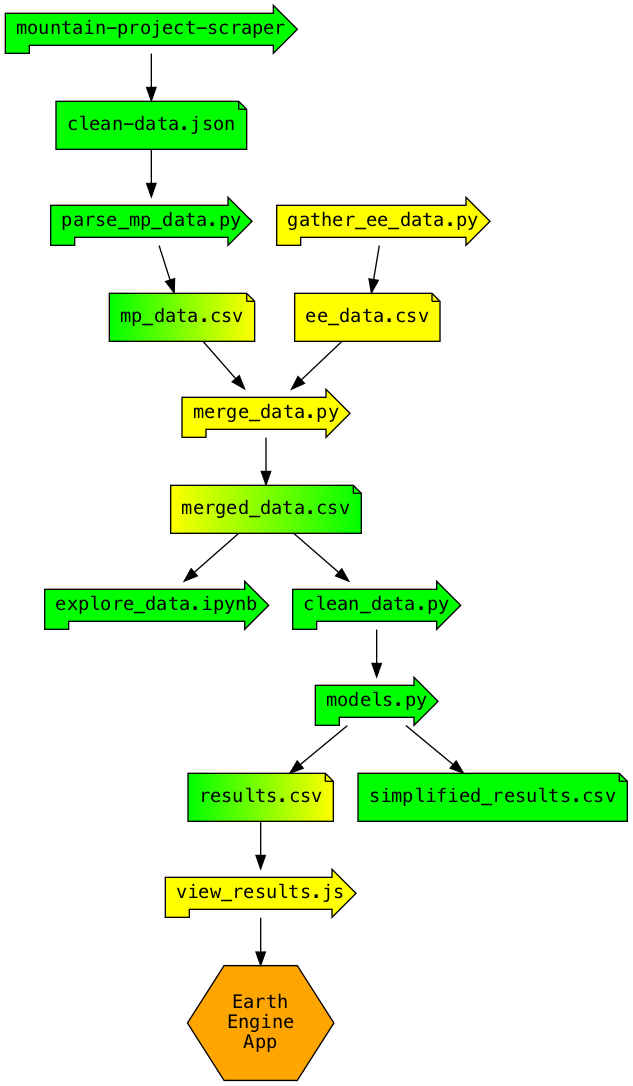
The Graphviz diagram assets/pipeline.png in zebengberg/big-wall-finder, before a commit. Its source is kept beside it as assets/pipeline.dot.
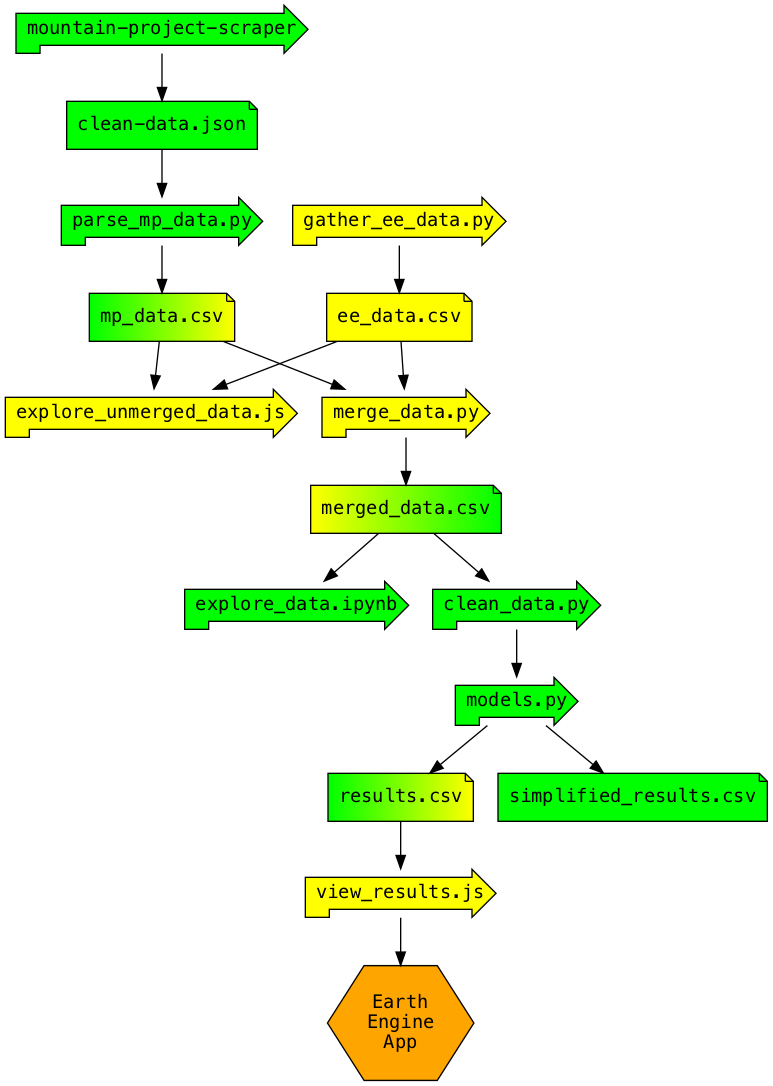
After the commit.

Change to the diagram source:
```diff
@@ -1,34 +1,30 @@
+
 digraph G {
   node [fontname = "Menlo"; style = filled]
 
-  mps [label = "mountain-project-scraper"; shape = rpromoter; fillcolor = green]
-  mpsd [label = "clean-data.json"; shape = note; fillcolor = green]
-  mpp [label = "parse_mp_data.py"; shape = rpromoter; fillcolor = green]
-  mppd [label = "mp_data.csv"; shape = note; fillcolor = "green:yellow"]
+  mp_scrape [label = "mountain-project-scraper"; shape = rpromoter; fillcolor = green]
+  json [label = "clean-data.json"; shape = note; fillcolor = green]
+  parse_mp [label = "parse_mp_data.py"; shape = rpromoter; fillcolor = green]
+  mp_data [label = "mp_data.csv"; shape = note; fillcolor = "green:yellow"]
+  explore_unmerged [label = "explore_unmerged_data.js"; shape = rpromoter; fillcolor = yellow]
 
-  eeg [label = "gather_ee_data.py"; shape = rpromoter; fillcolor = yellow]
-  eegd [label = "ee_data.csv"; shape = note; fillcolor = yellow]
-  eed [label = "merge_data.py"; shape = rpromoter; fillcolor = "yellow"]
-  eedd [label = "merged_data.csv"; shape = note; fillcolor = "yellow:green"]
-  ed [label = "explore_data.ipynb"; shape = rpromoter; fillcolor = green]
+  gather_ee [label = "gather_ee_data.py"; shape = rpromoter; fillcolor = yellow]
+  ee_data [label = "ee_data.csv"; shape = note; fillcolor = yellow]
+  merge_data [label = "merge_data.py"; shape = rpromoter; fillcolor = "yellow"]
+  merged_data [label = "merged_data.csv"; shape = note; fillcolor = "yellow:green"]
+  explore_data [label = "explore_data.ipynb"; shape = rpromoter; fillcolor = green]
 
-  pd [label = "clean_data.py"; shape = rpromoter; fillcolor = green]
-  bwp [label = "models.py"; shape = rpromoter; fillcolor = green]
-  rd [label = "results.csv"; shape = note; fillcolor = "green:yellow"]
-  srd [label = "simplified_results.csv"; shape = note; fillcolor = "green"]
+  clean_data [label = "clean_data.py"; shape = rpromoter; fillcolor = green]
+  models [label = "models.py"; shape = rpromoter; fillcolor = green]
+  results [label = "results.csv"; shape = note; fillcolor = "green:yellow"]
+  simplified_results [label = "simplified_results.csv"; shape = note; fillcolor = "green"]
 
-  vr [label = "view_results.js"; shape = rpromoter; fillcolor = yellow]
-  eea [label = "Earth\nEngine\nApp"; shape = hexagon; fillcolor = orange]
+  view_results [label = "view_results.js"; shape = rpromoter; fillcolor = yellow]
+  app [label = "Earth\nEngine\nApp"; shape = hexagon; fillcolor = orange]
 
-
-  mps -> mpsd -> mpp -> mppd -> eed;
-  eeg -> eegd -> eed -> eedd -> ed;
-  eedd -> pd -> bwp -> srd;
-  bwp -> rd -> vr -> eea;
-
-
-  # {
-  #   rank=same;
-  #   guess; point; win;
-  # }
+  mp_scrape -> json -> parse_mp -> mp_data -> {explore_unmerged, merge_data}
+  gather_ee -> ee_data -> {explore_unmerged, merge_data}
+  merge_data -> merged_data -> {explore_data, clean_data}
+  clean_data -> models -> {results, simplified_results}
+  results -> view_results -> app
 }
```
